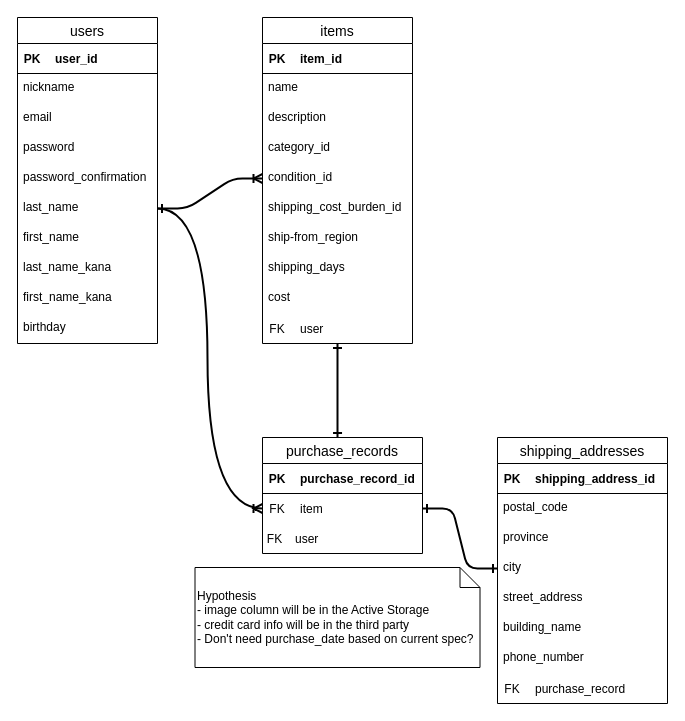
This is furima.dio from ryohei8/Furima, a draw.io file, before an edit. Source tidied: cells renumbered, new cells numbered last; positions are measured from the earlier drawing's top-left corner, leaving out a move shared by most shapes. Both pictures are drawn from the tidied source at 100%, with x=0, y=0 at pixel (17, 17).
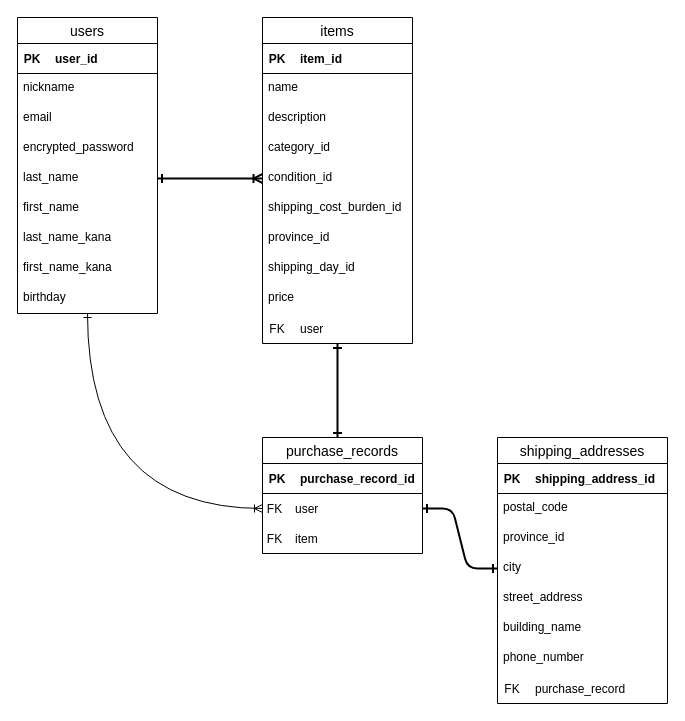
After the change.

The change refers to these unchanged cells:
```xml
<mxCell id="16" value="items" style="swimlane;fontStyle=0;horizontal=1;startSize=26;align=center;fontSize=14;" parent="1" vertex="1">
  <mxGeometry x="245" width="150" height="326" as="geometry" />
</mxCell>
<mxCell id="39" style="shape=tableRow;horizontal=0;startSize=0;swimlaneHead=0;swimlaneBody=0;fillColor=none;points=[[0,0.5],[1,0.5]];portConstraint=eastwest;top=0;left=0;right=0;bottom=0;" parent="38" vertex="1">
  <mxGeometry width="160" height="30" as="geometry" />
</mxCell>
<mxCell id="43" style="shape=tableRow;horizontal=0;startSize=0;swimlaneHead=0;swimlaneBody=0;fillColor=none;top=0;left=0;right=0;bottom=0;" parent="42" vertex="1">
  <mxGeometry width="160" height="30" as="geometry" />
</mxCell>
<mxCell id="48" value="shipping_addresses" style="swimlane;fontStyle=0;horizontal=1;startSize=26;align=center;fontSize=14;" parent="1" vertex="1">
  <mxGeometry x="480" y="420" width="170" height="266" as="geometry" />
</mxCell>
```

What changed in the source:
```diff
@@
     <mxCell id="2" value="users" style="swimlane;fontStyle=0;horizontal=1;startSize=26;align=center;fontSize=14;" parent="1" vertex="1">
-      <mxGeometry width="140" height="326" as="geometry" />
+      <mxGeometry width="140" height="296" as="geometry" />
     </mxCell>
@@
-    <mxCell id="9" value="password" style="text;strokeColor=none;fillColor=none;spacingLeft=4;spacingRight=4;overflow=hidden;fontSize=12;" parent="2" vertex="1">
+    <mxCell id="9" value="encrypted_password" style="text;strokeColor=none;fillColor=none;spacingLeft=4;spacingRight=4;overflow=hidden;fontSize=12;" parent="2" vertex="1">
       <mxGeometry y="116" width="140" height="30" as="geometry" />
     </mxCell>
-    <mxCell id="10" value="password_confirmation" style="text;strokeColor=none;fillColor=none;spacingLeft=4;spacingRight=4;overflow=hidden;fontSize=12;" parent="2" vertex="1">
-      <mxGeometry y="146" width="140" height="30" as="geometry" />
-    </mxCell>
     <mxCell id="11" value="last_name" style="text;strokeColor=none;fillColor=none;spacingLeft=4;spacingRight=4;overflow=hidden;points=[[0,0.5],[1,0.5]];portConstraint=eastwest;fontSize=12;" parent="2" vertex="1">
-      <mxGeometry y="176" width="140" height="30" as="geometry" />
+      <mxGeometry y="146" width="140" height="30" as="geometry" />
     </mxCell>
     <mxCell id="12" value="first_name" style="text;strokeColor=none;fillColor=none;spacingLeft=4;spacingRight=4;overflow=hidden;fontSize=12;" parent="2" vertex="1">
-      <mxGeometry y="206" width="140" height="30" as="geometry" />
+      <mxGeometry y="176" width="140" height="30" as="geometry" />
     </mxCell>
     <mxCell id="13" value="last_name_kana" style="text;strokeColor=none;fillColor=none;spacingLeft=4;spacingRight=4;overflow=hidden;fontSize=12;" parent="2" vertex="1">
-      <mxGeometry y="236" width="140" height="30" as="geometry" />
+      <mxGeometry y="206" width="140" height="30" as="geometry" />
     </mxCell>
     <mxCell id="14" value="first_name_kana" style="text;strokeColor=none;fillColor=none;spacingLeft=4;spacingRight=4;overflow=hidden;fontSize=12;" parent="2" vertex="1">
-      <mxGeometry y="266" width="140" height="30" as="geometry" />
+      <mxGeometry y="236" width="140" height="30" as="geometry" />
     </mxCell>
     <mxCell id="15" value="birthday" style="text;strokeColor=none;fillColor=none;spacingLeft=4;spacingRight=4;overflow=hidden;fontSize=12;" parent="2" vertex="1">
-      <mxGeometry y="296" width="140" height="30" as="geometry" />
+      <mxGeometry y="266" width="140" height="30" as="geometry" />
     </mxCell>
@@
-    <mxCell id="26" value="ship-from_region" style="text;strokeColor=none;fillColor=none;spacingLeft=4;spacingRight=4;overflow=hidden;fontSize=12;" parent="16" vertex="1">
+    <mxCell id="26" value="province_id" style="text;strokeColor=none;fillColor=none;spacingLeft=4;spacingRight=4;overflow=hidden;fontSize=12;" parent="16" vertex="1">
       <mxGeometry y="206" width="150" height="30" as="geometry" />
     </mxCell>
-    <mxCell id="27" value="shipping_days" style="text;strokeColor=none;fillColor=none;spacingLeft=4;spacingRight=4;overflow=hidden;fontSize=12;" parent="16" vertex="1">
+    <mxCell id="27" value="shipping_day_id" style="text;strokeColor=none;fillColor=none;spacingLeft=4;spacingRight=4;overflow=hidden;fontSize=12;" parent="16" vertex="1">
       <mxGeometry y="236" width="150" height="30" as="geometry" />
     </mxCell>
-    <mxCell id="28" value="cost" style="text;strokeColor=none;fillColor=none;spacingLeft=4;spacingRight=4;overflow=hidden;fontSize=12;" parent="16" vertex="1">
+    <mxCell id="28" value="price" style="text;strokeColor=none;fillColor=none;spacingLeft=4;spacingRight=4;overflow=hidden;fontSize=12;" parent="16" vertex="1">
       <mxGeometry y="266" width="150" height="30" as="geometry" />
     </mxCell>
@@
     <mxCell id="40" value="FK" style="shape=partialRectangle;fillColor=none;top=0;left=0;bottom=0;right=0;fontStyle=0;overflow=hidden;" parent="39" vertex="1">
-      <mxGeometry width="30" height="30" as="geometry" />
+      <mxGeometry width="25" height="30" as="geometry" />
     </mxCell>
-    <mxCell id="41" value="item" style="shape=partialRectangle;fillColor=none;top=0;left=0;bottom=0;right=0;align=left;spacingLeft=6;fontStyle=0;overflow=hidden;" parent="39" vertex="1">
-      <mxGeometry x="30" width="130" height="30" as="geometry" />
+    <mxCell id="41" value="user" style="shape=partialRectangle;fillColor=none;top=0;left=0;bottom=0;right=0;align=left;spacingLeft=6;fontStyle=0;overflow=hidden;" parent="39" vertex="1">
+      <mxGeometry x="25" width="135" height="30" as="geometry" />
     </mxCell>
@@
-    <mxCell id="45" value="user" style="shape=partialRectangle;fillColor=none;top=0;left=0;bottom=0;right=0;align=left;spacingLeft=6;fontStyle=0;overflow=hidden;" parent="43" vertex="1">
+    <mxCell id="45" value="item" style="shape=partialRectangle;fillColor=none;top=0;left=0;bottom=0;right=0;align=left;spacingLeft=6;fontStyle=0;overflow=hidden;" parent="43" vertex="1">
       <mxGeometry x="25" width="135" height="30" as="geometry" />
     </mxCell>
@@
-    <mxCell id="47" style="edgeStyle=orthogonalEdgeStyle;html=1;exitX=1;exitY=0.5;exitDx=0;exitDy=0;strokeWidth=2;startArrow=ERone;startFill=0;endArrow=ERoneToMany;endFill=0;entryX=0;entryY=0.5;entryDx=0;entryDy=0;curved=1;" parent="1" edge="1" source="11">
-      <mxGeometry relative="1" as="geometry">
-        <mxPoint x="245" y="491" as="targetPoint" />
-        <Array as="points">
-          <mxPoint x="190" y="191" />
-          <mxPoint x="190" y="491" />
-        </Array>
-      </mxGeometry>
-    </mxCell>
@@
-    <mxCell id="54" value="province" style="text;strokeColor=none;fillColor=none;spacingLeft=4;spacingRight=4;overflow=hidden;fontSize=12;" parent="48" vertex="1">
+    <mxCell id="54" value="province_id" style="text;strokeColor=none;fillColor=none;spacingLeft=4;spacingRight=4;overflow=hidden;fontSize=12;" parent="48" vertex="1">
       <mxGeometry y="86" width="170" height="30" as="geometry" />
     </mxCell>
@@
-    <mxCell id="65" value="Hypothesis&lt;br&gt;- image column will be in the Active Storage&lt;br&gt;- credit card info will be in the third party&lt;br&gt;- Don't need purchase_date based on current spec?" style="shape=note;size=20;whiteSpace=wrap;html=1;align=left;" parent="1" vertex="1">
-      <mxGeometry x="177.5" y="550" width="285" height="100" as="geometry" />
-    </mxCell>
+    <mxCell id="66" style="edgeStyle=orthogonalEdgeStyle;fontSize=12;html=1;endArrow=ERoneToMany;entryX=0;entryY=0.5;entryDx=0;entryDy=0;exitX=0.5;exitY=1;exitDx=0;exitDy=0;startArrow=ERone;startFill=0;curved=1;" parent="1" edge="1" source="2" target="39">
+      <mxGeometry relative="1" as="geometry" />
+    </mxCell>
```
